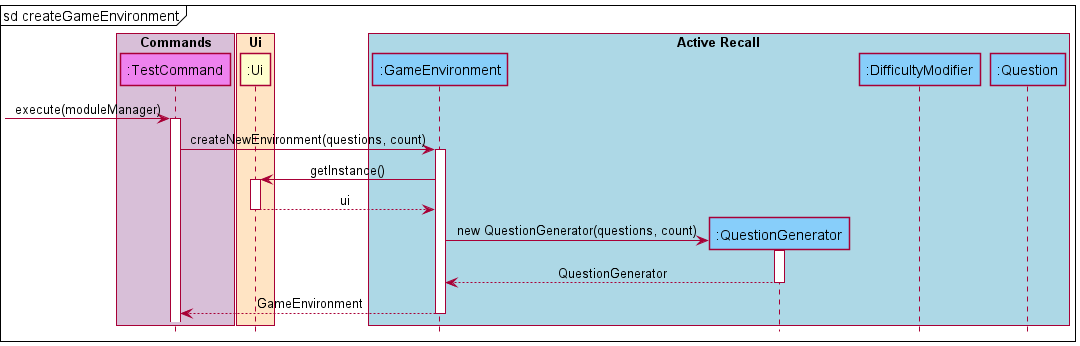
This is docs/attachments/ActiveRecallCreateEnvironmentSequenceDiagram.png from nus-cs2113-AY2122S1/tp, a PlantUML export, as it was before one commit.
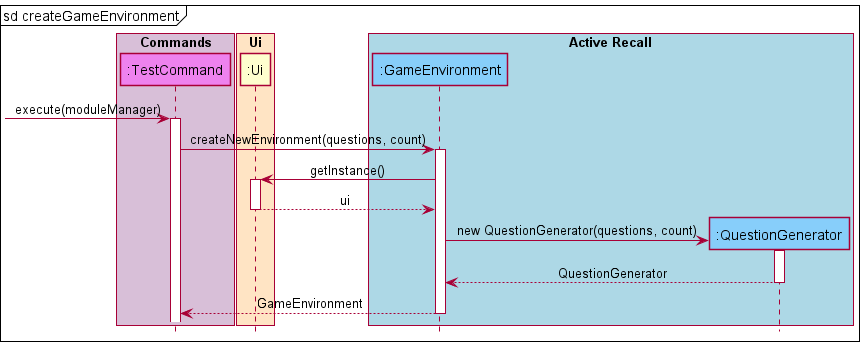
The same diagram one commit later.

Commit message:
Update Sequence Diagrams and fix JUnit test

The edit, as a diff of the source:
```diff
@@ -13,8 +13,6 @@
 box "Active Recall" #lightblue
 participant ":GameEnvironment" as GameEnvironment #lightskyblue
 participant ":QuestionGenerator" as QuestionGenerator #lightskyblue
-participant ":DifficultyModifier" as DifficultyModifier #lightskyblue
-participant ":Question" as Question #lightskyblue
 endbox
 
 -> TestCommand : execute(moduleManager)
```
